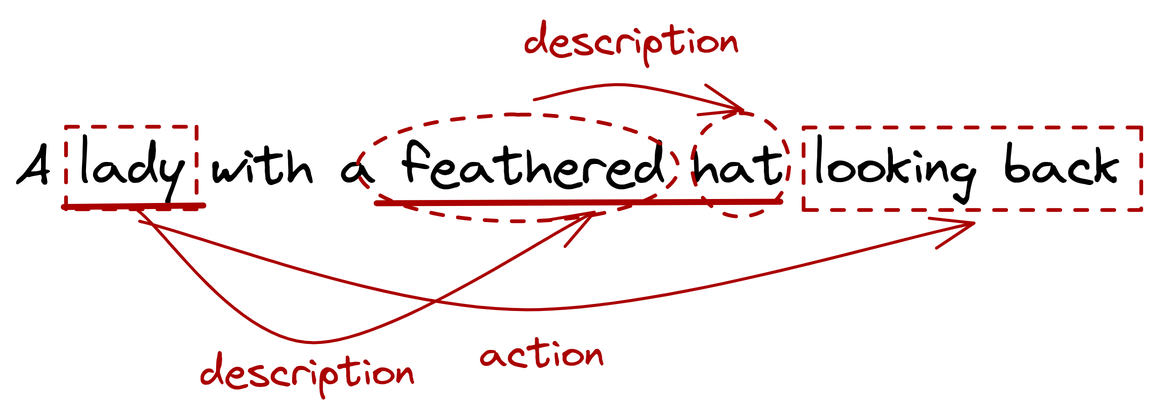
Earlier version of the Excalidraw export assets/png/vqgan/lrd.png (ljvmiranda921/ljvmiranda921.github.io). Source tidied: one line per element, renumbered; positions are measured from the earlier drawing's top-left corner, leaving out a move shared by most shapes. Source of this version:
```json
{"id": 0, "type": "text", "text": "A lady with a feathered hat looking back", "strokeColor": "#000000", "strokeWidth": 2, "strokeStyle": "dashed", "roughness": 0, "fontSize": 36, "fontFamily": 1, "textAlign": "center", "x": 0, "y": 79, "width": 737, "height": 45}
{"id": 1, "type": "rectangle", "strokeColor": "#a00", "strokeWidth": 2, "strokeStyle": "dashed", "roughness": 0, "x": 34, "y": 74, "width": 87, "height": 55}
{"id": 2, "type": "rectangle", "strokeColor": "#a00", "strokeWidth": 2, "strokeStyle": "dashed", "roughness": 0, "x": 526, "y": 75, "width": 225, "height": 55}
{"id": 3, "type": "arrow", "strokeColor": "#a00", "strokeWidth": 2, "roughness": 0, "endArrowhead": "arrow", "from": 1, "to": 2, "x": 83, "y": 138, "width": 556, "height": 59, "points": [[0, 0], [258, 59], [556, 1]]}
{"id": 4, "type": "ellipse", "strokeColor": "#a00", "strokeWidth": 2, "strokeStyle": "dashed", "roughness": 0, "x": 228, "y": 66, "width": 214, "height": 71}
{"id": 5, "type": "ellipse", "strokeColor": "#a00", "strokeWidth": 2, "strokeStyle": "dashed", "roughness": 0, "x": 451, "y": 66, "width": 65, "height": 69}
{"id": 6, "type": "text", "text": "action", "strokeColor": "#a00", "strokeWidth": 2, "strokeStyle": "dashed", "roughness": 0, "fontSize": 28, "fontFamily": 1, "textAlign": "center", "x": 310, "y": 208, "width": 83, "height": 35}
{"id": 7, "type": "arrow", "strokeColor": "#a00", "strokeWidth": 2, "roughness": 0, "endArrowhead": "arrow", "from": 4, "to": 5, "x": 346, "y": 56, "width": 139, "height": 17, "points": [[0, 0], [60, -10], [139, 7]]}
{"id": 8, "type": "text", "text": "description", "strokeColor": "#a00", "strokeWidth": 2, "strokeStyle": "dashed", "roughness": 0, "fontSize": 28, "fontFamily": 1, "textAlign": "center", "x": 340, "y": 0, "width": 143, "height": 35}
{"id": 9, "type": "line", "strokeColor": "#a00", "strokeWidth": 4, "roughness": 0, "x": 241, "y": 126, "width": 269, "height": 1, "points": [[0, 0], [269, -1]]}
{"id": 10, "type": "line", "strokeColor": "#a00", "strokeWidth": 4, "roughness": 0, "x": 33, "y": 128, "width": 93, "height": 1, "points": [[0, 0], [93, -1]]}
{"id": 11, "type": "arrow", "strokeColor": "#a00", "strokeWidth": 2, "roughness": 0, "endArrowhead": "arrow", "from": 1, "to": 0, "x": 82, "y": 130, "width": 304, "height": 88, "points": [[0, 0], [117, 88], [304, 1]]}
{"id": 12, "type": "text", "text": "description", "strokeColor": "#a00", "strokeWidth": 2, "strokeStyle": "dashed", "roughness": 0, "fontSize": 28, "fontFamily": 1, "textAlign": "center", "x": 124, "y": 221, "width": 143, "height": 35}
```
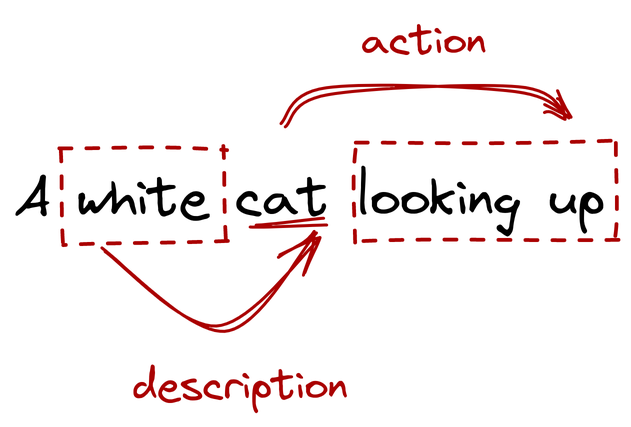
Later version of the same file.

Change to the diagram source:
```diff
@@ -1,13 +1,8 @@
-{"id": 0, "type": "text", "text": "A lady with a feathered hat looking back", "strokeColor": "#000000", "strokeWidth": 2, "strokeStyle": "dashed", "roughness": 0, "fontSize": 36, "fontFamily": 1, "textAlign": "center", "x": 0, "y": 79, "width": 737, "height": 45}
-{"id": 1, "type": "rectangle", "strokeColor": "#a00", "strokeWidth": 2, "strokeStyle": "dashed", "roughness": 0, "x": 34, "y": 74, "width": 87, "height": 55}
-{"id": 2, "type": "rectangle", "strokeColor": "#a00", "strokeWidth": 2, "strokeStyle": "dashed", "roughness": 0, "x": 526, "y": 75, "width": 225, "height": 55}
-{"id": 3, "type": "arrow", "strokeColor": "#a00", "strokeWidth": 2, "roughness": 0, "endArrowhead": "arrow", "from": 1, "to": 2, "x": 83, "y": 138, "width": 556, "height": 59, "points": [[0, 0], [258, 59], [556, 1]]}
-{"id": 4, "type": "ellipse", "strokeColor": "#a00", "strokeWidth": 2, "strokeStyle": "dashed", "roughness": 0, "x": 228, "y": 66, "width": 214, "height": 71}
-{"id": 5, "type": "ellipse", "strokeColor": "#a00", "strokeWidth": 2, "strokeStyle": "dashed", "roughness": 0, "x": 451, "y": 66, "width": 65, "height": 69}
+{"id": 13, "type": "text", "text": "A white cat looking up", "strokeColor": "#000000", "strokeWidth": 2, "roughness": 1, "fontSize": 36, "fontFamily": 1, "textAlign": "center", "x": 78, "y": 309, "width": 393, "height": 45}
+{"id": 14, "type": "rectangle", "strokeColor": "#a00", "strokeWidth": 2, "strokeStyle": "dashed", "roughness": 1, "x": 109, "y": 298, "width": 110, "height": 63}
+{"id": 15, "type": "rectangle", "strokeColor": "#a00", "strokeWidth": 2, "strokeStyle": "dashed", "roughness": 1, "x": 304, "y": 293, "width": 175, "height": 67}
+{"id": 16, "type": "line", "strokeColor": "#a00", "strokeWidth": 2, "roughness": 2, "x": 238, "y": 348, "width": 48, "height": 0, "points": [[0, 0], [48, 0]]}
+{"id": 17, "type": "arrow", "strokeColor": "#a00", "strokeWidth": 2, "roughness": 2, "endArrowhead": "arrow", "from": 14, "to": 13, "x": 136, "y": 366, "width": 145, "height": 60, "points": [[0, 0], [78, 50], [145, -10]]}
+{"id": 18, "type": "arrow", "strokeColor": "#a00", "strokeWidth": 2, "roughness": 2, "endArrowhead": "arrow", "to": 15, "x": 258, "y": 283, "width": 187, "height": 27, "points": [[0, 0], [27, -22], [157, -27], [187, -5]]}
+{"id": 19, "type": "text", "text": "description", "strokeColor": "#a00", "strokeWidth": 2, "roughness": 2, "fontSize": 28, "fontFamily": 1, "textAlign": "center", "x": 157, "y": 438, "width": 143, "height": 35}
-{"id": 6, "type": "text", "text": "action", "strokeColor": "#a00", "strokeWidth": 2, "strokeStyle": "dashed", "roughness": 0, "fontSize": 28, "fontFamily": 1, "textAlign": "center", "x": 310, "y": 208, "width": 83, "height": 35}
+{"id": 6, "type": "text", "text": "action", "strokeColor": "#a00", "strokeWidth": 2, "roughness": 2, "fontSize": 28, "fontFamily": 1, "textAlign": "center", "x": 309, "y": 208, "width": 83, "height": 35}
-{"id": 7, "type": "arrow", "strokeColor": "#a00", "strokeWidth": 2, "roughness": 0, "endArrowhead": "arrow", "from": 4, "to": 5, "x": 346, "y": 56, "width": 139, "height": 17, "points": [[0, 0], [60, -10], [139, 7]]}
-{"id": 8, "type": "text", "text": "description", "strokeColor": "#a00", "strokeWidth": 2, "strokeStyle": "dashed", "roughness": 0, "fontSize": 28, "fontFamily": 1, "textAlign": "center", "x": 340, "y": 0, "width": 143, "height": 35}
-{"id": 9, "type": "line", "strokeColor": "#a00", "strokeWidth": 4, "roughness": 0, "x": 241, "y": 126, "width": 269, "height": 1, "points": [[0, 0], [269, -1]]}
-{"id": 10, "type": "line", "strokeColor": "#a00", "strokeWidth": 4, "roughness": 0, "x": 33, "y": 128, "width": 93, "height": 1, "points": [[0, 0], [93, -1]]}
-{"id": 11, "type": "arrow", "strokeColor": "#a00", "strokeWidth": 2, "roughness": 0, "endArrowhead": "arrow", "from": 1, "to": 0, "x": 82, "y": 130, "width": 304, "height": 88, "points": [[0, 0], [117, 88], [304, 1]]}
-{"id": 12, "type": "text", "text": "description", "strokeColor": "#a00", "strokeWidth": 2, "strokeStyle": "dashed", "roughness": 0, "fontSize": 28, "fontFamily": 1, "textAlign": "center", "x": 124, "y": 221, "width": 143, "height": 35}
```
